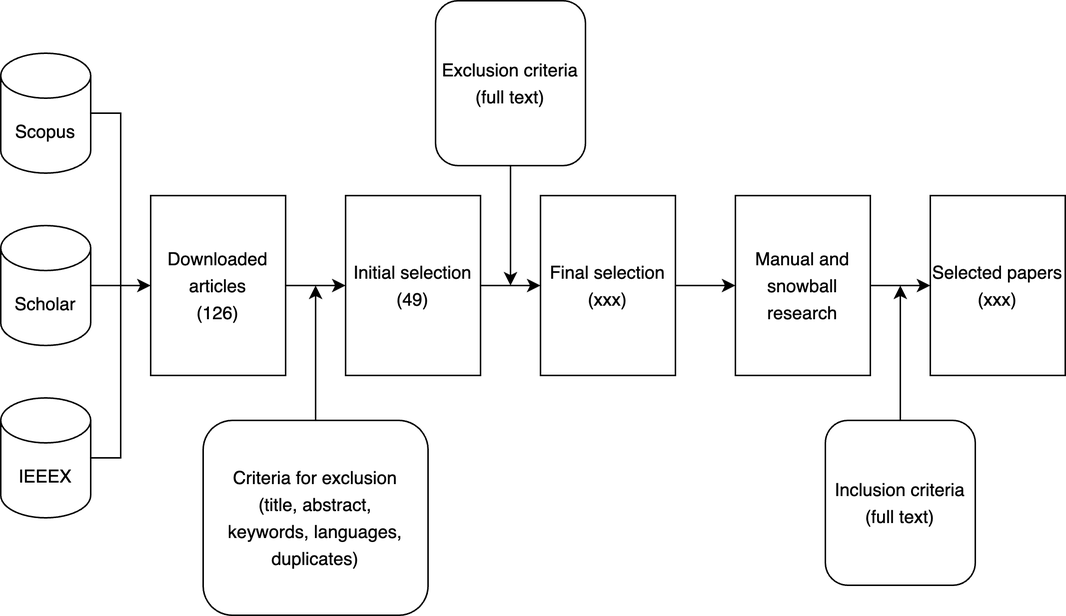
Before: Images/selezioncina.png, a diagram exported from draw.io (FedericoCantarelli/TextThesis). Source tidied: cells renumbered, new cells last; positions are measured from the earlier drawing's top-left corner, leaving out a move shared by most shapes. Source of this version:
```xml
<mxGraphModel>
  <root>
    <mxCell id="0" />
    <mxCell id="1" parent="0" />
    <mxCell id="2" style="edgeStyle=orthogonalEdgeStyle;rounded=0;jettySize=auto;html=1;entryX=0;entryY=0.5;entryDx=0;entryDy=0;" parent="1" edge="1" source="3" target="9">
      <mxGeometry relative="1" as="geometry" />
    </mxCell>
    <mxCell id="3" value="Scopus" style="shape=cylinder3;whiteSpace=wrap;html=1;boundedLbl=1;backgroundOutline=1;size=15;" parent="1" vertex="1">
      <mxGeometry y="35" width="60" height="80" as="geometry" />
    </mxCell>
    <mxCell id="4" style="edgeStyle=orthogonalEdgeStyle;rounded=0;jettySize=auto;html=1;entryX=0;entryY=0.5;entryDx=0;entryDy=0;" parent="1" edge="1" source="5" target="9">
      <mxGeometry relative="1" as="geometry" />
    </mxCell>
    <mxCell id="5" value="Scholar" style="shape=cylinder3;whiteSpace=wrap;html=1;boundedLbl=1;backgroundOutline=1;size=15;" parent="1" vertex="1">
      <mxGeometry y="150" width="60" height="80" as="geometry" />
    </mxCell>
    <mxCell id="6" style="edgeStyle=orthogonalEdgeStyle;rounded=0;jettySize=auto;html=1;entryX=0;entryY=0.5;entryDx=0;entryDy=0;" parent="1" edge="1" source="7" target="9">
      <mxGeometry relative="1" as="geometry" />
    </mxCell>
    <mxCell id="7" value="IEEEX" style="shape=cylinder3;whiteSpace=wrap;html=1;boundedLbl=1;backgroundOutline=1;size=15;" parent="1" vertex="1">
      <mxGeometry y="265" width="60" height="80" as="geometry" />
    </mxCell>
    <mxCell id="8" style="edgeStyle=orthogonalEdgeStyle;rounded=0;jettySize=auto;html=1;entryX=0;entryY=0.5;entryDx=0;entryDy=0;" parent="1" edge="1" source="9" target="11">
      <mxGeometry relative="1" as="geometry" />
    </mxCell>
    <mxCell id="9" value="&lt;p style=&quot;line-height: 150%;&quot;&gt;Downloaded articles&lt;br&gt;(126)&lt;/p&gt;" style="rounded=0;whiteSpace=wrap;html=1;" parent="1" vertex="1">
      <mxGeometry x="100" y="130" width="90" height="120" as="geometry" />
    </mxCell>
    <mxCell id="10" style="edgeStyle=orthogonalEdgeStyle;rounded=0;jettySize=auto;html=1;entryX=0;entryY=0.5;entryDx=0;entryDy=0;" parent="1" edge="1" source="11" target="13">
      <mxGeometry relative="1" as="geometry" />
    </mxCell>
    <mxCell id="11" value="&lt;p style=&quot;line-height: 150%;&quot;&gt;Initial selection&lt;br&gt;(49)&lt;/p&gt;" style="rounded=0;whiteSpace=wrap;html=1;" parent="1" vertex="1">
      <mxGeometry x="230" y="130" width="90" height="120" as="geometry" />
    </mxCell>
    <mxCell id="12" style="edgeStyle=orthogonalEdgeStyle;rounded=0;jettySize=auto;html=1;entryX=0;entryY=0.5;entryDx=0;entryDy=0;" parent="1" edge="1" source="13" target="15">
      <mxGeometry relative="1" as="geometry" />
    </mxCell>
    <mxCell id="13" value="&lt;p style=&quot;line-height: 150%;&quot;&gt;Final selection&lt;br&gt;(xxx)&lt;/p&gt;" style="rounded=0;whiteSpace=wrap;html=1;" parent="1" vertex="1">
      <mxGeometry x="360" y="130" width="90" height="120" as="geometry" />
    </mxCell>
    <mxCell id="14" style="edgeStyle=orthogonalEdgeStyle;rounded=0;jettySize=auto;html=1;entryX=0;entryY=0.5;entryDx=0;entryDy=0;" parent="1" edge="1" source="15" target="16">
      <mxGeometry relative="1" as="geometry" />
    </mxCell>
    <mxCell id="15" value="&lt;p style=&quot;line-height: 150%;&quot;&gt;Manual and snowball research&lt;/p&gt;" style="rounded=0;whiteSpace=wrap;html=1;" parent="1" vertex="1">
      <mxGeometry x="490" y="130" width="90" height="120" as="geometry" />
    </mxCell>
    <mxCell id="16" value="&lt;p style=&quot;line-height: 150%;&quot;&gt;Selected papers (xxx)&lt;/p&gt;" style="rounded=0;whiteSpace=wrap;html=1;" parent="1" vertex="1">
      <mxGeometry x="620" y="130" width="90" height="120" as="geometry" />
    </mxCell>
    <mxCell id="17" style="edgeStyle=orthogonalEdgeStyle;rounded=0;jettySize=auto;html=1;" parent="1" edge="1" source="18">
      <mxGeometry relative="1" as="geometry">
        <mxPoint x="210" y="190" as="targetPoint" />
      </mxGeometry>
    </mxCell>
    <mxCell id="18" value="&lt;p style=&quot;line-height: 150%;&quot;&gt;Criteria for exclusion (title, abstract, keywords, languages, duplicates)&lt;/p&gt;" style="rounded=1;whiteSpace=wrap;html=1;spacingBottom=0;spacingLeft=0;spacingRight=0;spacing=15;" parent="1" vertex="1">
      <mxGeometry x="135" y="280" width="150" height="130" as="geometry" />
    </mxCell>
    <mxCell id="19" style="edgeStyle=orthogonalEdgeStyle;rounded=0;jettySize=auto;html=1;" parent="1" edge="1" source="20">
      <mxGeometry relative="1" as="geometry">
        <mxPoint x="600" y="190" as="targetPoint" />
      </mxGeometry>
    </mxCell>
    <mxCell id="20" value="&lt;p style=&quot;line-height: 150%;&quot;&gt;Inclusion criteria (full text)&lt;/p&gt;" style="rounded=1;whiteSpace=wrap;html=1;" parent="1" vertex="1">
      <mxGeometry x="550" y="280" width="100" height="110" as="geometry" />
    </mxCell>
    <mxCell id="21" style="edgeStyle=orthogonalEdgeStyle;rounded=0;jettySize=auto;html=1;" parent="1" edge="1" source="22">
      <mxGeometry relative="1" as="geometry">
        <mxPoint x="340" y="190" as="targetPoint" />
      </mxGeometry>
    </mxCell>
    <mxCell id="22" value="&lt;p style=&quot;line-height: 150%;&quot;&gt;Exclusion criteria (full text)&lt;/p&gt;" style="rounded=1;whiteSpace=wrap;html=1;" parent="1" vertex="1">
      <mxGeometry x="290" width="100" height="110" as="geometry" />
    </mxCell>
  </root>
</mxGraphModel>
```
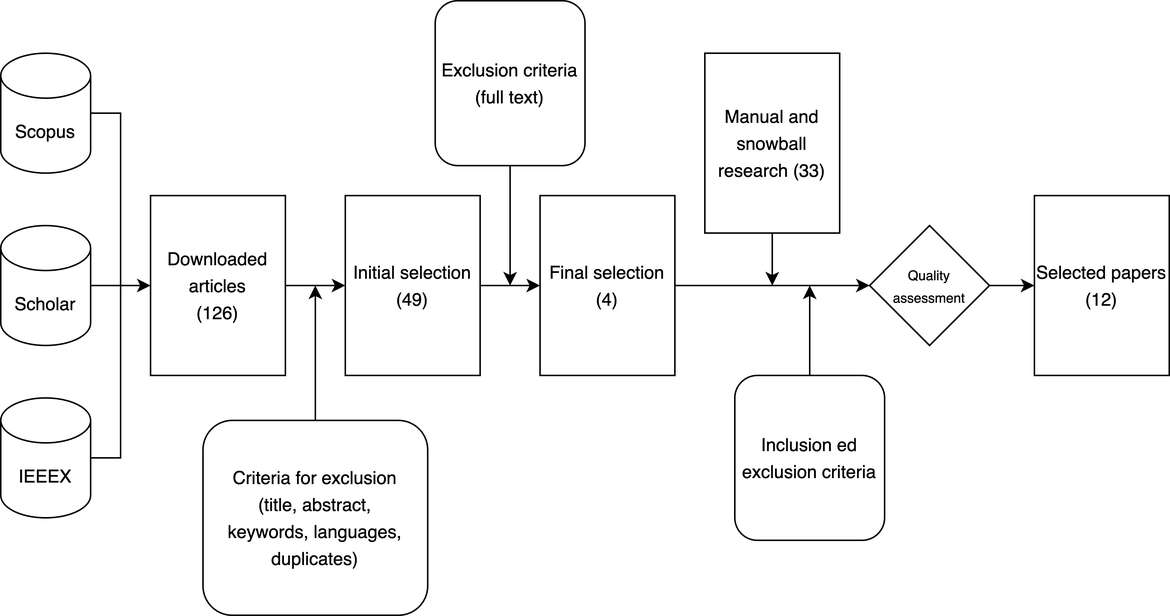
The same diagram one commit later.

Change to the diagram source:
```diff
@@ -32,20 +32,22 @@
     <mxCell id="11" value="&lt;p style=&quot;line-height: 150%;&quot;&gt;Initial selection&lt;br&gt;(49)&lt;/p&gt;" style="rounded=0;whiteSpace=wrap;html=1;" parent="1" vertex="1">
       <mxGeometry x="230" y="130" width="90" height="120" as="geometry" />
     </mxCell>
-    <mxCell id="12" style="edgeStyle=orthogonalEdgeStyle;rounded=0;jettySize=auto;html=1;entryX=0;entryY=0.5;entryDx=0;entryDy=0;" parent="1" edge="1" source="13" target="15">
-      <mxGeometry relative="1" as="geometry" />
-    </mxCell>
+    <mxCell id="23" style="edgeStyle=orthogonalEdgeStyle;rounded=0;jettySize=auto;html=1;" parent="1" edge="1" source="13" target="26">
+      <mxGeometry relative="1" as="geometry" />
+    </mxCell>
-    <mxCell id="13" value="&lt;p style=&quot;line-height: 150%;&quot;&gt;Final selection&lt;br&gt;(xxx)&lt;/p&gt;" style="rounded=0;whiteSpace=wrap;html=1;" parent="1" vertex="1">
+    <mxCell id="13" value="&lt;p style=&quot;line-height: 150%;&quot;&gt;Final selection&lt;br&gt;(4)&lt;/p&gt;" style="rounded=0;whiteSpace=wrap;html=1;" parent="1" vertex="1">
       <mxGeometry x="360" y="130" width="90" height="120" as="geometry" />
     </mxCell>
-    <mxCell id="14" style="edgeStyle=orthogonalEdgeStyle;rounded=0;jettySize=auto;html=1;entryX=0;entryY=0.5;entryDx=0;entryDy=0;" parent="1" edge="1" source="15" target="16">
-      <mxGeometry relative="1" as="geometry" />
+    <mxCell id="14" style="edgeStyle=orthogonalEdgeStyle;rounded=0;jettySize=auto;html=1;exitX=0.5;exitY=1;exitDx=0;exitDy=0;" parent="1" edge="1" source="15">
+      <mxGeometry relative="1" as="geometry">
+        <mxPoint x="515" y="190" as="targetPoint" />
+      </mxGeometry>
     </mxCell>
-    <mxCell id="15" value="&lt;p style=&quot;line-height: 150%;&quot;&gt;Manual and snowball research&lt;/p&gt;" style="rounded=0;whiteSpace=wrap;html=1;" parent="1" vertex="1">
-      <mxGeometry x="490" y="130" width="90" height="120" as="geometry" />
+    <mxCell id="15" value="&lt;p style=&quot;line-height: 150%;&quot;&gt;Manual and snowball research (33)&lt;/p&gt;" style="rounded=0;whiteSpace=wrap;html=1;" parent="1" vertex="1">
+      <mxGeometry x="470" y="35" width="90" height="120" as="geometry" />
     </mxCell>
-    <mxCell id="16" value="&lt;p style=&quot;line-height: 150%;&quot;&gt;Selected papers (xxx)&lt;/p&gt;" style="rounded=0;whiteSpace=wrap;html=1;" parent="1" vertex="1">
-      <mxGeometry x="620" y="130" width="90" height="120" as="geometry" />
+    <mxCell id="16" value="&lt;p style=&quot;line-height: 150%;&quot;&gt;Selected papers (12)&lt;/p&gt;" style="rounded=0;whiteSpace=wrap;html=1;" parent="1" vertex="1">
+      <mxGeometry x="690" y="130" width="90" height="120" as="geometry" />
     </mxCell>
     <mxCell id="17" style="edgeStyle=orthogonalEdgeStyle;rounded=0;jettySize=auto;html=1;" parent="1" edge="1" source="18">
       <mxGeometry relative="1" as="geometry">
@@ -55,13 +57,13 @@
     <mxCell id="18" value="&lt;p style=&quot;line-height: 150%;&quot;&gt;Criteria for exclusion (title, abstract, keywords, languages, duplicates)&lt;/p&gt;" style="rounded=1;whiteSpace=wrap;html=1;spacingBottom=0;spacingLeft=0;spacingRight=0;spacing=15;" parent="1" vertex="1">
       <mxGeometry x="135" y="280" width="150" height="130" as="geometry" />
     </mxCell>
-    <mxCell id="19" style="edgeStyle=orthogonalEdgeStyle;rounded=0;jettySize=auto;html=1;" parent="1" edge="1" source="20">
-      <mxGeometry relative="1" as="geometry">
-        <mxPoint x="600" y="190" as="targetPoint" />
-      </mxGeometry>
-    </mxCell>
+    <mxCell id="24" style="edgeStyle=orthogonalEdgeStyle;rounded=0;jettySize=auto;html=1;" parent="1" edge="1" source="20">
+      <mxGeometry relative="1" as="geometry">
+        <mxPoint x="540" y="190" as="targetPoint" />
+      </mxGeometry>
+    </mxCell>
-    <mxCell id="20" value="&lt;p style=&quot;line-height: 150%;&quot;&gt;Inclusion criteria (full text)&lt;/p&gt;" style="rounded=1;whiteSpace=wrap;html=1;" parent="1" vertex="1">
-      <mxGeometry x="550" y="280" width="100" height="110" as="geometry" />
+    <mxCell id="20" value="&lt;p style=&quot;line-height: 150%;&quot;&gt;Inclusion ed exclusion criteria&lt;/p&gt;" style="rounded=1;whiteSpace=wrap;html=1;" parent="1" vertex="1">
+      <mxGeometry x="490" y="250" width="100" height="110" as="geometry" />
     </mxCell>
     <mxCell id="21" style="edgeStyle=orthogonalEdgeStyle;rounded=0;jettySize=auto;html=1;" parent="1" edge="1" source="22">
       <mxGeometry relative="1" as="geometry">
@@ -71,5 +73,11 @@
     <mxCell id="22" value="&lt;p style=&quot;line-height: 150%;&quot;&gt;Exclusion criteria (full text)&lt;/p&gt;" style="rounded=1;whiteSpace=wrap;html=1;" parent="1" vertex="1">
       <mxGeometry x="290" width="100" height="110" as="geometry" />
     </mxCell>
+    <mxCell id="25" style="edgeStyle=orthogonalEdgeStyle;rounded=0;jettySize=auto;html=1;entryX=0;entryY=0.5;entryDx=0;entryDy=0;" parent="1" edge="1" source="26" target="16">
+      <mxGeometry relative="1" as="geometry" />
+    </mxCell>
+    <mxCell id="26" value="&lt;font style=&quot;font-size: 9px;&quot;&gt;Quality assessment&lt;/font&gt;" style="rhombus;whiteSpace=wrap;html=1;" parent="1" vertex="1">
+      <mxGeometry x="580" y="150" width="80" height="80" as="geometry" />
+    </mxCell>
   </root>
 </mxGraphModel>
```
